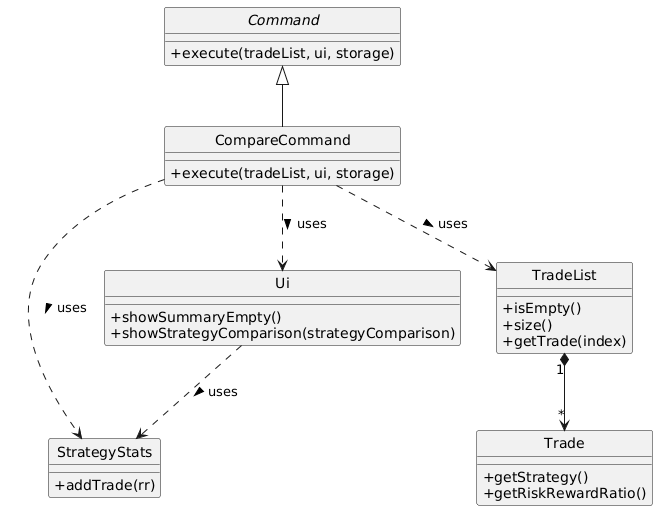
This is docs/diagrams/compare-class-diagram.png from AY2526S2-CS2113-T11-2/tp, a PlantUML export, as it was before one commit.
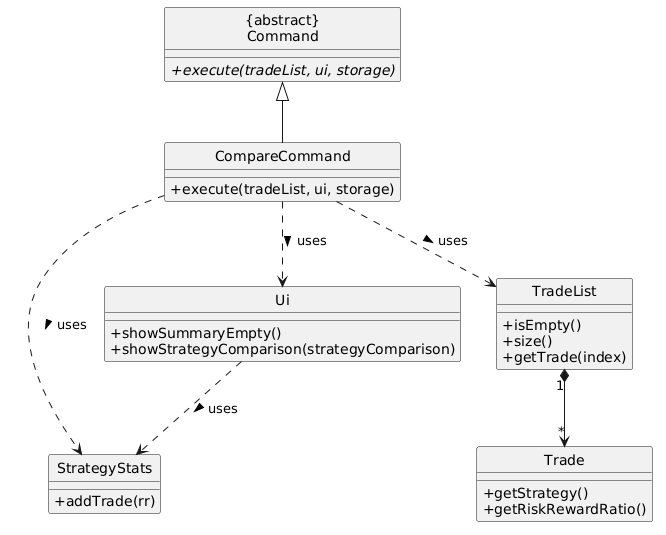
Later version of the same file.

Change to the diagram source:
```diff
@@ -2,8 +2,8 @@
 skinparam Style strictuml
 skinparam classAttributeIconSize 0
 
-abstract class Command {
-    +execute(tradeList, ui, storage)
+class "{abstract}\nCommand" as Command {
+    {abstract} +execute(tradeList, ui, storage)
 }
 
 class CompareCommand {
```
